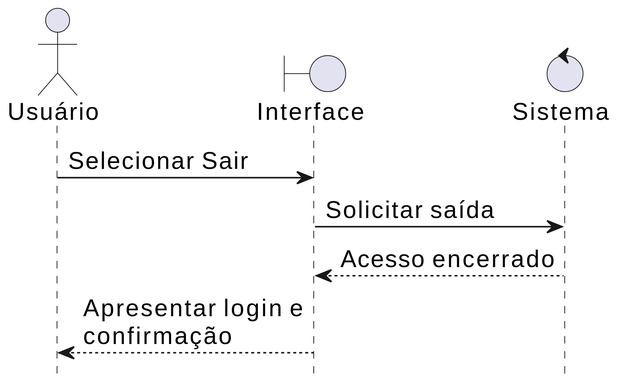
This is docs/diagrams/entrega-logout.svg from Lfijho/chamadosLES, a PlantUML export, as it was before one commit.
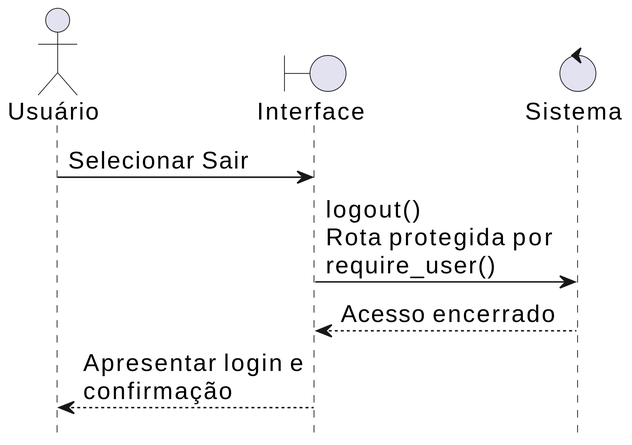
Later version of the same file.

Change to the diagram source:
```diff
@@ -11,7 +11,7 @@
 boundary "Interface" as I
 control "Sistema" as S
 U -> I : Selecionar Sair
-I -> S : Solicitar saída
+I -> S : logout()\nRota protegida por require_user()
 S --> I : Acesso encerrado
 I --> U : Apresentar login e confirmação
 @enduml
```
